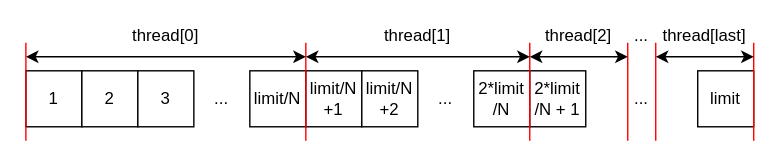
Earlier version of the draw.io export chapter1/img/figure1.1.svg (HM4725/The-Art-of-Multiprocessor-Programming). Source tidied: cells renumbered, new cells last; positions are measured from the earlier drawing's top-left corner, leaving out a move shared by most shapes. The source it was exported from:
```xml
<mxGraphModel>
  <root>
    <mxCell id="0" />
    <mxCell id="1" parent="0" />
    <mxCell id="2" value="1" style="whiteSpace=wrap;html=1;" parent="1" vertex="1">
      <mxGeometry y="40" width="40" height="40" as="geometry" />
    </mxCell>
    <mxCell id="3" value="2" style="whiteSpace=wrap;html=1;" parent="1" vertex="1">
      <mxGeometry x="40" y="40" width="40" height="40" as="geometry" />
    </mxCell>
    <mxCell id="4" value="3" style="whiteSpace=wrap;html=1;" parent="1" vertex="1">
      <mxGeometry x="80" y="40" width="40" height="40" as="geometry" />
    </mxCell>
    <mxCell id="5" value="limit/N" style="whiteSpace=wrap;html=1;" parent="1" vertex="1">
      <mxGeometry x="160" y="40" width="40" height="40" as="geometry" />
    </mxCell>
    <mxCell id="6" value="limit/N&lt;br&gt;+1" style="whiteSpace=wrap;html=1;" parent="1" vertex="1">
      <mxGeometry x="200" y="40" width="40" height="40" as="geometry" />
    </mxCell>
    <mxCell id="7" value="limit/N&lt;br&gt;+2" style="whiteSpace=wrap;html=1;" parent="1" vertex="1">
      <mxGeometry x="240" y="40" width="40" height="40" as="geometry" />
    </mxCell>
    <mxCell id="8" value="2*limit&lt;br&gt;/N" style="whiteSpace=wrap;html=1;" parent="1" vertex="1">
      <mxGeometry x="320" y="40" width="40" height="40" as="geometry" />
    </mxCell>
    <mxCell id="9" value="2*limit&lt;br&gt;/N + 1" style="whiteSpace=wrap;html=1;" parent="1" vertex="1">
      <mxGeometry x="360" y="40" width="40" height="40" as="geometry" />
    </mxCell>
    <mxCell id="10" value="..." style="text;html=1;strokeColor=none;fillColor=none;align=center;verticalAlign=middle;whiteSpace=wrap;rounded=0;" parent="1" vertex="1">
      <mxGeometry x="120" y="45" width="40" height="30" as="geometry" />
    </mxCell>
    <mxCell id="11" value="..." style="text;html=1;strokeColor=none;fillColor=none;align=center;verticalAlign=middle;whiteSpace=wrap;rounded=0;" parent="1" vertex="1">
      <mxGeometry x="280" y="45" width="40" height="30" as="geometry" />
    </mxCell>
    <mxCell id="12" value="limit" style="whiteSpace=wrap;html=1;" parent="1" vertex="1">
      <mxGeometry x="480" y="40" width="40" height="40" as="geometry" />
    </mxCell>
    <mxCell id="13" style="endArrow=none;html=1;rounded=0;strokeColor=#FF0000;" parent="1" edge="1">
      <mxGeometry relative="1" as="geometry">
        <mxPoint x="200" y="90" as="sourcePoint" />
        <mxPoint x="200" y="20" as="targetPoint" />
      </mxGeometry>
    </mxCell>
    <mxCell id="14" style="endArrow=none;html=1;rounded=0;strokeColor=#FF0000;" parent="1" edge="1">
      <mxGeometry relative="1" as="geometry">
        <mxPoint x="360" y="90" as="sourcePoint" />
        <mxPoint x="360" y="20" as="targetPoint" />
      </mxGeometry>
    </mxCell>
    <mxCell id="15" style="endArrow=none;html=1;rounded=0;strokeColor=#FF0000;" parent="1" edge="1">
      <mxGeometry relative="1" as="geometry">
        <mxPoint x="430" y="90" as="sourcePoint" />
        <mxPoint x="430" y="20" as="targetPoint" />
      </mxGeometry>
    </mxCell>
    <mxCell id="16" style="endArrow=none;html=1;rounded=0;strokeColor=#FF0000;" parent="1" edge="1">
      <mxGeometry relative="1" as="geometry">
        <mxPoint x="450" y="90" as="sourcePoint" />
        <mxPoint x="450" y="20" as="targetPoint" />
      </mxGeometry>
    </mxCell>
    <mxCell id="17" style="endArrow=none;html=1;rounded=0;strokeColor=#FF0000;" parent="1" edge="1">
      <mxGeometry relative="1" as="geometry">
        <mxPoint x="520" y="90" as="sourcePoint" />
        <mxPoint x="520" y="20" as="targetPoint" />
      </mxGeometry>
    </mxCell>
    <mxCell id="18" style="endArrow=classic;startArrow=classic;html=1;rounded=0;strokeColor=#000000;" parent="1" edge="1">
      <mxGeometry relative="1" as="geometry">
        <mxPoint y="30" as="sourcePoint" />
        <mxPoint x="200" y="30" as="targetPoint" />
      </mxGeometry>
    </mxCell>
    <mxCell id="19" style="endArrow=none;html=1;rounded=0;strokeColor=#FF0000;" parent="1" edge="1">
      <mxGeometry relative="1" as="geometry">
        <mxPoint y="90" as="sourcePoint" />
        <mxPoint y="20" as="targetPoint" />
      </mxGeometry>
    </mxCell>
    <mxCell id="20" style="endArrow=classic;startArrow=classic;html=1;rounded=0;strokeColor=#000000;" parent="1" edge="1">
      <mxGeometry relative="1" as="geometry">
        <mxPoint x="200" y="30" as="sourcePoint" />
        <mxPoint x="360" y="30" as="targetPoint" />
      </mxGeometry>
    </mxCell>
    <mxCell id="21" style="endArrow=classic;startArrow=classic;html=1;rounded=0;strokeColor=#000000;" parent="1" edge="1">
      <mxGeometry relative="1" as="geometry">
        <mxPoint x="360" y="30" as="sourcePoint" />
        <mxPoint x="430" y="30" as="targetPoint" />
      </mxGeometry>
    </mxCell>
    <mxCell id="22" style="endArrow=classic;startArrow=classic;html=1;rounded=0;strokeColor=#000000;" parent="1" edge="1">
      <mxGeometry relative="1" as="geometry">
        <mxPoint x="450" y="30" as="sourcePoint" />
        <mxPoint x="520" y="30" as="targetPoint" />
      </mxGeometry>
    </mxCell>
    <mxCell id="23" value="thread[0]" style="text;html=1;strokeColor=none;fillColor=none;align=center;verticalAlign=middle;whiteSpace=wrap;rounded=0;" parent="1" vertex="1">
      <mxGeometry x="70" width="60" height="30" as="geometry" />
    </mxCell>
    <mxCell id="24" value="thread[1]" style="text;html=1;strokeColor=none;fillColor=none;align=center;verticalAlign=middle;whiteSpace=wrap;rounded=0;" parent="1" vertex="1">
      <mxGeometry x="250" width="60" height="30" as="geometry" />
    </mxCell>
    <mxCell id="25" value="thread[2]" style="text;html=1;strokeColor=none;fillColor=none;align=center;verticalAlign=middle;whiteSpace=wrap;rounded=0;" parent="1" vertex="1">
      <mxGeometry x="360" width="70" height="30" as="geometry" />
    </mxCell>
    <mxCell id="26" value="..." style="text;html=1;strokeColor=none;fillColor=none;align=center;verticalAlign=middle;whiteSpace=wrap;rounded=0;" parent="1" vertex="1">
      <mxGeometry x="420" width="40" height="30" as="geometry" />
    </mxCell>
    <mxCell id="27" value="thread[last]" style="text;html=1;strokeColor=none;fillColor=none;align=center;verticalAlign=middle;whiteSpace=wrap;rounded=0;" parent="1" vertex="1">
      <mxGeometry x="450" width="70" height="30" as="geometry" />
    </mxCell>
    <mxCell id="28" value="..." style="text;html=1;strokeColor=none;fillColor=none;align=center;verticalAlign=middle;whiteSpace=wrap;rounded=0;" parent="1" vertex="1">
      <mxGeometry x="420" y="45" width="40" height="30" as="geometry" />
    </mxCell>
  </root>
</mxGraphModel>
```
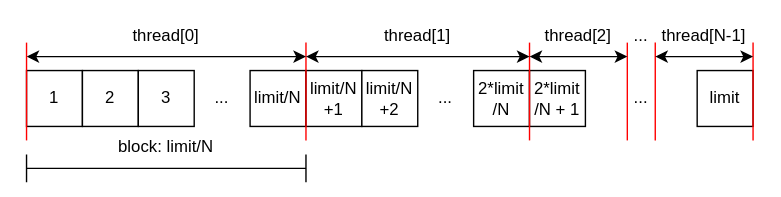
Above is the later version.

Change to the diagram source:
```diff
@@ -107,11 +107,17 @@
     <mxCell id="26" value="..." style="text;html=1;strokeColor=none;fillColor=none;align=center;verticalAlign=middle;whiteSpace=wrap;rounded=0;" parent="1" vertex="1">
       <mxGeometry x="420" width="40" height="30" as="geometry" />
     </mxCell>
-    <mxCell id="27" value="thread[last]" style="text;html=1;strokeColor=none;fillColor=none;align=center;verticalAlign=middle;whiteSpace=wrap;rounded=0;" parent="1" vertex="1">
-      <mxGeometry x="450" width="70" height="30" as="geometry" />
-    </mxCell>
     <mxCell id="28" value="..." style="text;html=1;strokeColor=none;fillColor=none;align=center;verticalAlign=middle;whiteSpace=wrap;rounded=0;" parent="1" vertex="1">
       <mxGeometry x="420" y="45" width="40" height="30" as="geometry" />
     </mxCell>
+    <mxCell id="29" value="thread[N-1]" style="text;html=1;strokeColor=none;fillColor=none;align=center;verticalAlign=middle;whiteSpace=wrap;rounded=0;" parent="1" vertex="1">
+      <mxGeometry x="450" width="70" height="30" as="geometry" />
+    </mxCell>
+    <mxCell id="30" style="shape=crossbar;whiteSpace=wrap;html=1;rounded=1;" parent="1" vertex="1">
+      <mxGeometry y="100" width="200" height="20" as="geometry" />
+    </mxCell>
+    <mxCell id="31" value="block: limit/N" style="text;html=1;strokeColor=none;fillColor=none;align=center;verticalAlign=middle;whiteSpace=wrap;rounded=0;" parent="1" vertex="1">
+      <mxGeometry x="55" y="80" width="90" height="30" as="geometry" />
+    </mxCell>
   </root>
 </mxGraphModel>
```
